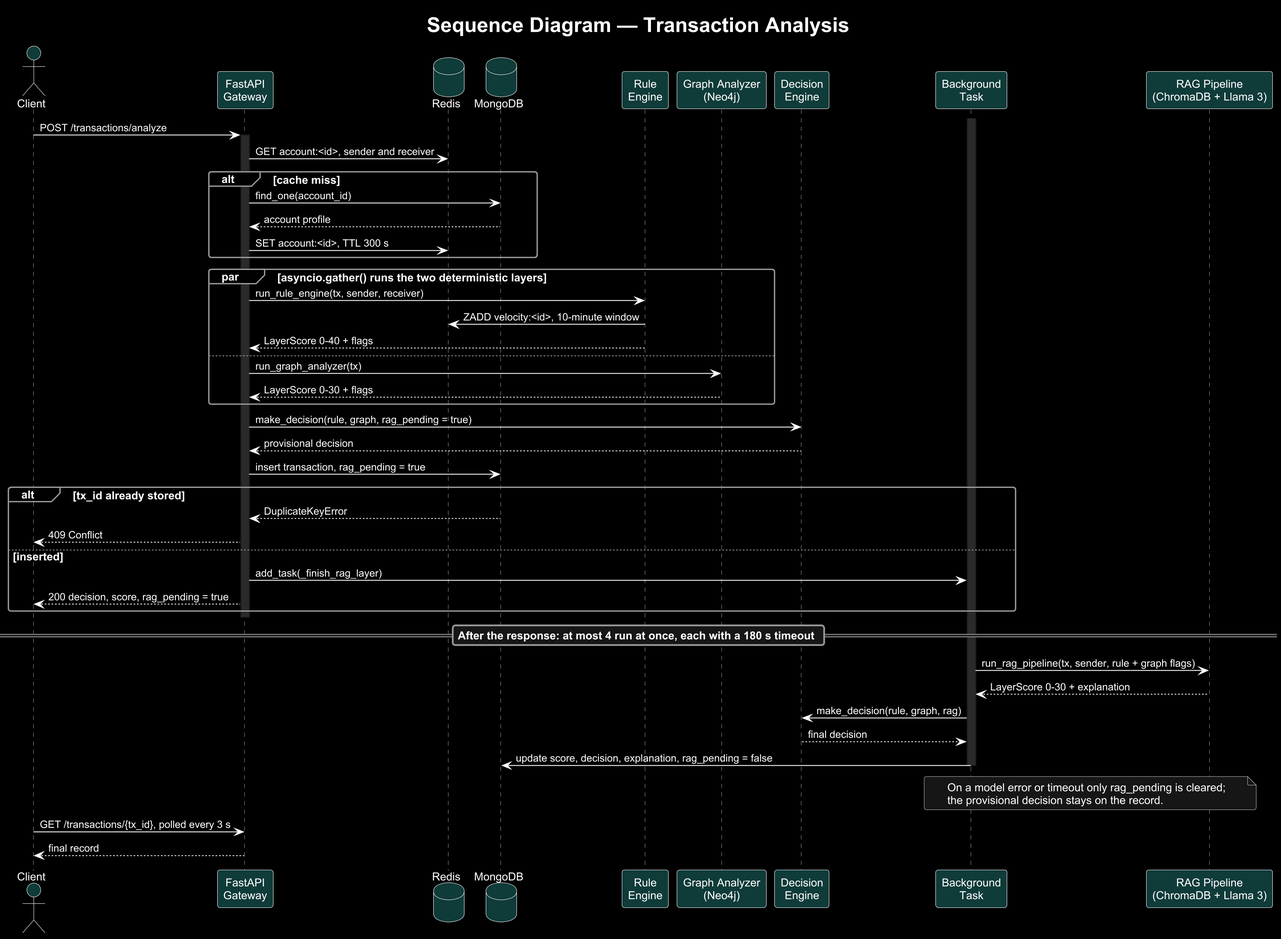
Above: docs/diagrams/04-sequence.png in OMJOSHI15/indus11 (PlantUML), before the change.
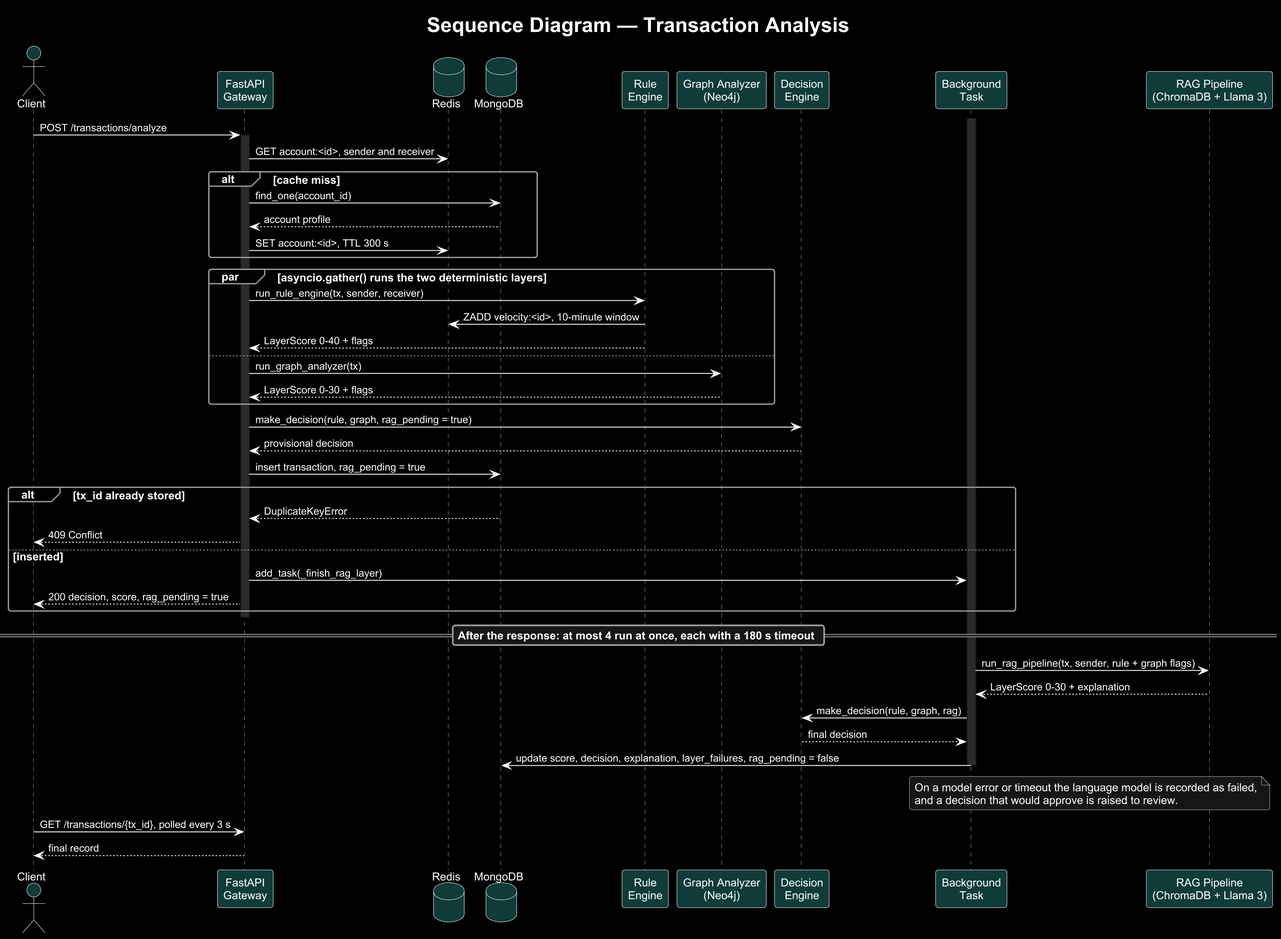
The same diagram one commit later.

Change to the diagram source:
```diff
@@ -45,9 +45,9 @@
 RAG --> BG : LayerScore 0-30 + explanation
 BG -> DEC : make_decision(rule, graph, rag)
 DEC --> BG : final decision
-BG -> MongoDB : update score, decision, explanation, rag_pending = false
+BG -> MongoDB : update score, decision, explanation, layer_failures, rag_pending = false
 deactivate BG
-note over BG, RAG : On a model error or timeout only rag_pending is cleared;\nthe provisional decision stays on the record.
+note over BG, RAG : On a model error or timeout the language model is recorded as failed,\nand a decision that would approve is raised to review.
 Client -> GW : GET /transactions/{tx_id}, polled every 3 s
 GW --> Client : final record
 @enduml
```
